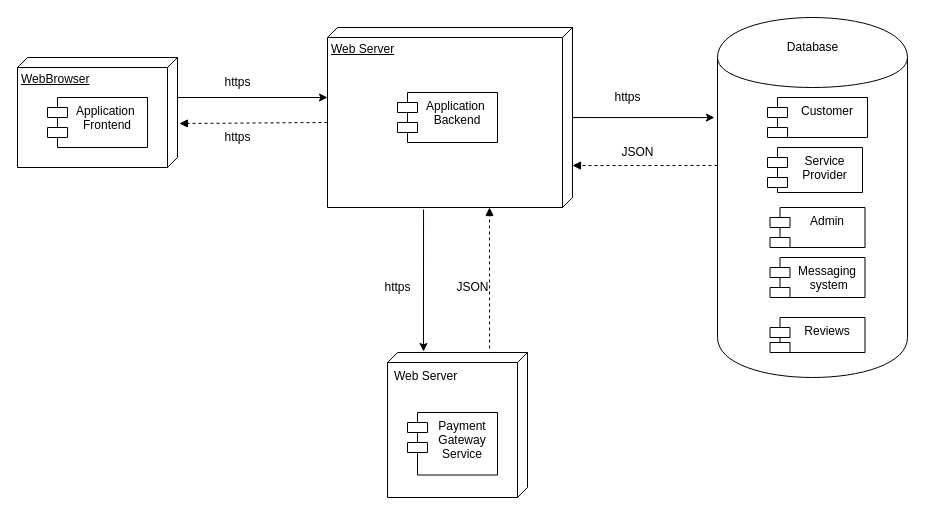
Before: Diagrams/DeploymentDiagram.drawio in schurch82/High-Five-Star, a draw.io diagram. Source tidied: cells renumbered, new cells numbered last; positions are measured from the earlier drawing's top-left corner, leaving out a move shared by most shapes. Both pictures are drawn from the tidied source at 100%, with x=0, y=0 at pixel (17, 17).
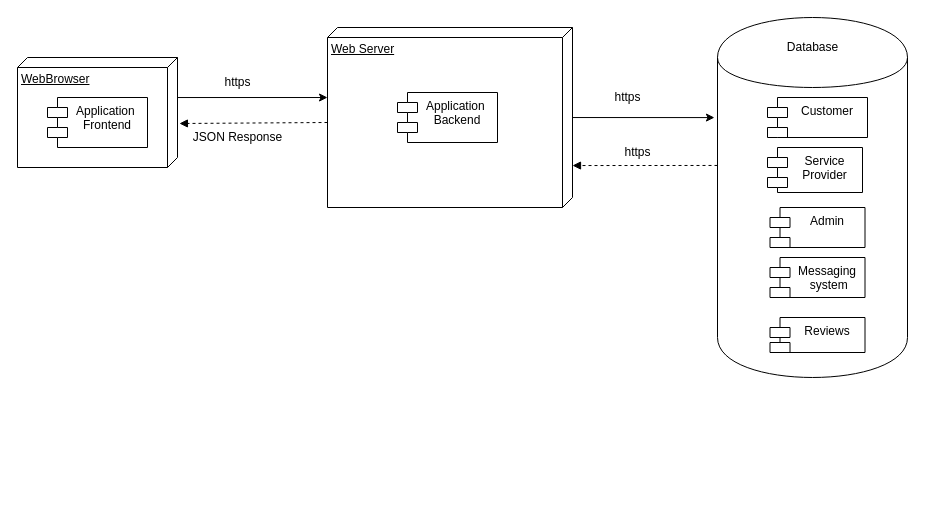
The same diagram, later.

Commit message:
removes third party payment gateway

The change refers to these unchanged cells:
```xml
<mxCell id="6" value="Web Server" style="verticalAlign=top;align=left;spacingTop=8;spacingLeft=2;spacingRight=12;shape=cube;size=10;direction=south;fontStyle=4;html=1;" parent="1" vertex="1">
  <mxGeometry x="310" y="10" width="245" height="180" as="geometry" />
</mxCell>
```

What changed in the source:
```diff
@@
-    <mxCell id="4" style="edgeStyle=none;html=1;exitX=1.011;exitY=0.608;exitDx=0;exitDy=0;exitPerimeter=0;entryX=-0.007;entryY=0.743;entryDx=0;entryDy=0;entryPerimeter=0;" parent="1" edge="1" source="6" target="9">
-      <mxGeometry relative="1" as="geometry" />
-    </mxCell>
@@
-    <mxCell id="9" value="Web Server" style="verticalAlign=top;align=left;shape=cube;size=10;direction=south;fontStyle=0;html=1;boundedLbl=1;spacingLeft=5;" parent="1" vertex="1">
-      <mxGeometry x="370" y="335" width="140" height="145" as="geometry" />
-    </mxCell>
-    <mxCell id="10" value="Payment&#10;Gateway&#10;Service" style="shape=module;align=left;spacingLeft=20;align=center;verticalAlign=top;" parent="1" vertex="1">
-      <mxGeometry x="390" y="395" width="90" height="62.5" as="geometry" />
-    </mxCell>
-    <mxCell id="11" style="html=1;verticalAlign=bottom;labelBackgroundColor=none;endArrow=block;endFill=1;dashed=1;exitX=-0.028;exitY=0.271;exitDx=0;exitDy=0;exitPerimeter=0;" parent="1" edge="1" source="9">
-      <mxGeometry relative="1" as="geometry">
-        <mxPoint x="472" y="190" as="targetPoint" />
-      </mxGeometry>
-    </mxCell>
@@
-    <mxCell id="15" value="https" style="text;html=1;align=center;verticalAlign=middle;strokeColor=none;fillColor=none;" parent="1" vertex="1">
-      <mxGeometry x="200" y="110" width="40" height="20" as="geometry" />
+    <mxCell id="15" value="JSON Response" style="text;html=1;align=center;verticalAlign=middle;strokeColor=none;fillColor=none;" parent="1" vertex="1">
+      <mxGeometry x="170" y="110" width="100" height="20" as="geometry" />
     </mxCell>
@@
-    <mxCell id="17" value="JSON" style="text;html=1;align=center;verticalAlign=middle;strokeColor=none;fillColor=none;" parent="1" vertex="1">
-      <mxGeometry x="595" y="125" width="50" height="20" as="geometry" />
+    <mxCell id="17" value="https" style="text;html=1;align=center;verticalAlign=middle;strokeColor=none;fillColor=none;" parent="1" vertex="1">
+      <mxGeometry x="600" y="125" width="40" height="20" as="geometry" />
     </mxCell>
-    <mxCell id="18" value="https" style="text;html=1;align=center;verticalAlign=middle;strokeColor=none;fillColor=none;" parent="1" vertex="1">
-      <mxGeometry x="360" y="260" width="40" height="20" as="geometry" />
-    </mxCell>
-    <mxCell id="19" value="JSON" style="text;html=1;align=center;verticalAlign=middle;strokeColor=none;fillColor=none;" parent="1" vertex="1">
-      <mxGeometry x="430" y="260" width="50" height="20" as="geometry" />
-    </mxCell>
```
